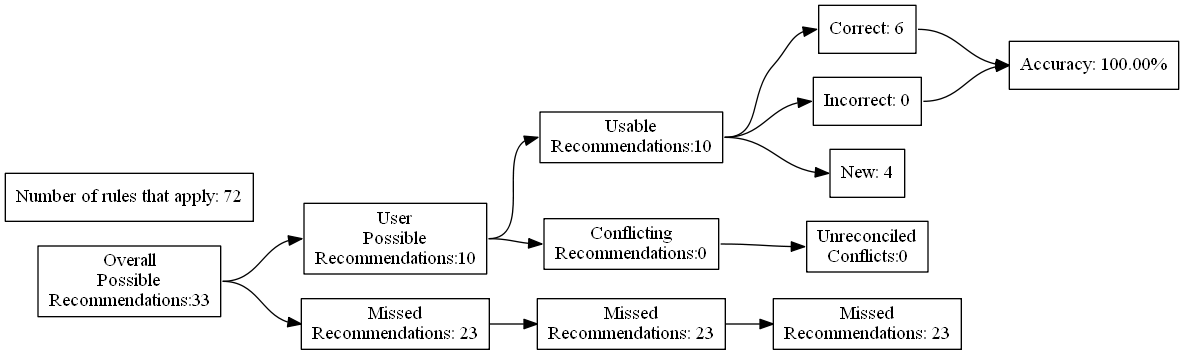
Before: test_renders/22.gv.png, a diagram exported from Graphviz (ZaxR/ibd_diet_analysis). Its source is kept beside it as test_renders/22.gv.
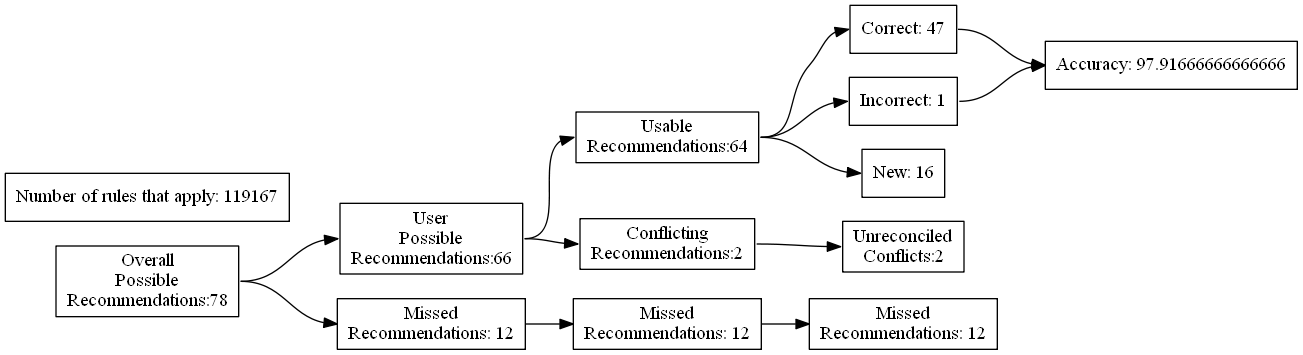
After the commit.

The edit, as a diff of the source:
```diff
@@ -4,27 +4,27 @@
 	edge [headport=w tailport=e]
 		A [label="Overall
 Possible
-Recommendations:33"]
+Recommendations:78"]
 		B [label="User
 Possible
-Recommendations:10"]
+Recommendations:66"]
 		C [label="Missed
-Recommendations: 23"]
+Recommendations: 12"]
 		D [label="Usable
-Recommendations:10"]
+Recommendations:64"]
 		E [label="Conflicting
-Recommendations:0"]
+Recommendations:2"]
 		J [label="Missed
-Recommendations: 23"]
+Recommendations: 12"]
 		M [label="Unreconciled
-Conflicts:0"]
-		F [label="Correct: 6"]
-		G [label="Incorrect: 0"]
-		H [label="New: 4"]
+Conflicts:2"]
+		F [label="Correct: 47"]
+		G [label="Incorrect: 1"]
+		H [label="New: 16"]
 		K [label="Missed
-Recommendations: 23"]
-		I [label="Accuracy: 100.00%"]
-		l [label="Number of rules that apply: 72"]
+Recommendations: 12"]
+		I [label="Accuracy: 97.91666666666666"]
+		l [label="Number of rules that apply: 119167"]
 			A -> B
 			A -> C
 			B -> D
```
